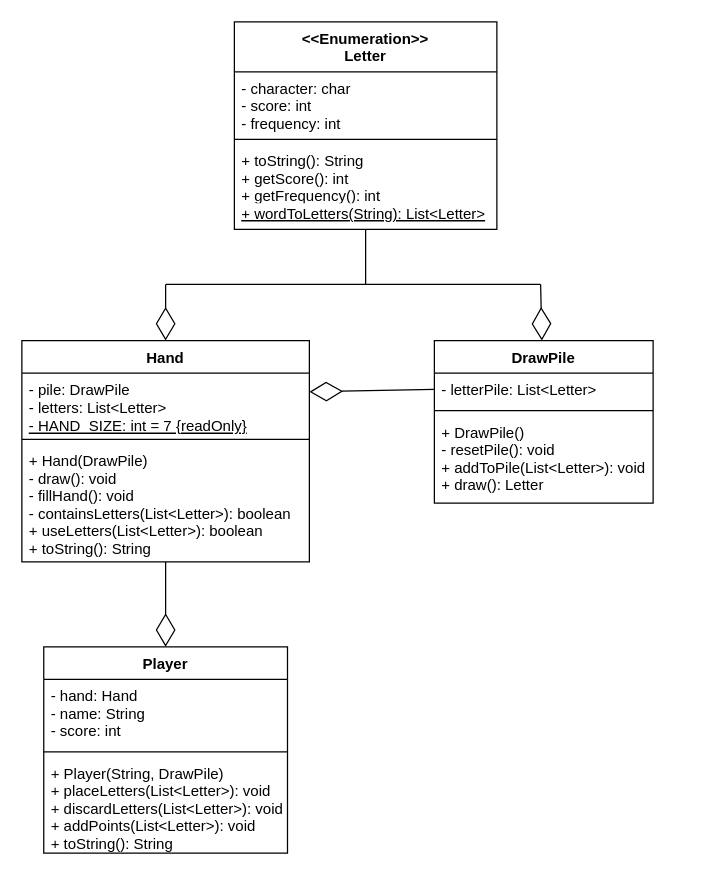
Above: src/ScuffleUML.drawio in trk20/Scuffle (draw.io), before the change. Source tidied: cells renumbered, new cells numbered last; positions are measured from the earlier drawing's top-left corner, leaving out a move shared by most shapes. Both pictures are drawn from the tidied source at 125%, with x=0, y=0 at pixel (21, 21).
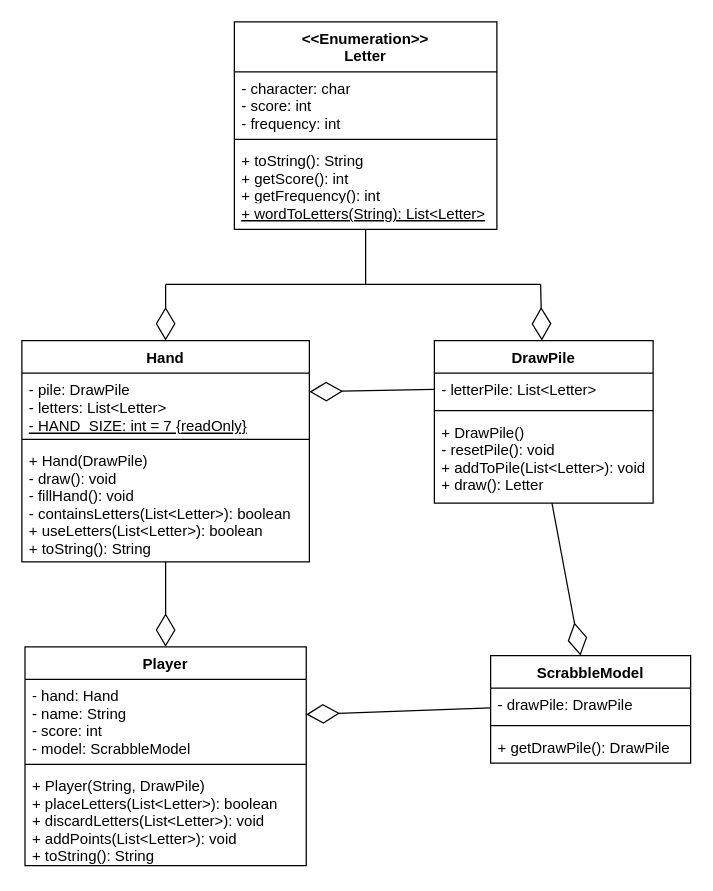
After the change.

Commit message (it also covers changes not shown here):
Implemented discardLetters()

- Missing ScrabbleModel for now

Unchanged cells that the change refers to:
```xml
<mxCell id="5" value="+ DrawPile()&#10;- resetPile(): void&#10;+ addToPile(List&lt;Letter&gt;): void&#10;+ draw(): Letter" style="text;strokeColor=none;fillColor=none;align=left;verticalAlign=top;spacingLeft=4;spacingRight=4;overflow=hidden;points=[[0,0.5],[1,0.5]];portConstraint=eastwest;" parent="2" vertex="1">
  <mxGeometry y="60" width="175" height="70" as="geometry" />
</mxCell>
```

The edit, as a diff of the source:
```diff
@@
     <mxCell id="22" value="Player" style="swimlane;fontStyle=1;align=center;verticalAlign=top;horizontal=1;startSize=26;" parent="1" vertex="1">
-      <mxGeometry x="17.5" y="500" width="195" height="165" as="geometry" />
+      <mxGeometry x="2.5" y="500" width="225" height="175" as="geometry" />
     </mxCell>
-    <mxCell id="23" value="- hand: Hand&#10;- name: String&#10;- score: int" style="text;strokeColor=none;fillColor=none;align=left;verticalAlign=top;spacingLeft=4;spacingRight=4;overflow=hidden;points=[[0,0.5],[1,0.5]];portConstraint=eastwest;" parent="22" vertex="1">
-      <mxGeometry y="26" width="195" height="54" as="geometry" />
+    <mxCell id="23" value="- hand: Hand&#10;- name: String&#10;- score: int&#10;- model: ScrabbleModel" style="text;strokeColor=none;fillColor=none;align=left;verticalAlign=top;spacingLeft=4;spacingRight=4;overflow=hidden;points=[[0,0.5],[1,0.5]];portConstraint=eastwest;" parent="22" vertex="1">
+      <mxGeometry y="26" width="225" height="64" as="geometry" />
     </mxCell>
     <mxCell id="24" style="line;strokeWidth=1;fillColor=none;align=left;verticalAlign=middle;spacingTop=-1;spacingLeft=3;spacingRight=3;labelPosition=right;" parent="22" vertex="1">
-      <mxGeometry y="80" width="195" height="8" as="geometry" />
+      <mxGeometry y="90" width="225" height="8" as="geometry" />
     </mxCell>
-    <mxCell id="25" value="+ Player(String, DrawPile)&#10;+ placeLetters(List&lt;Letter&gt;): void&#10;+ discardLetters(List&lt;Letter&gt;): void&#10;+ addPoints(List&lt;Letter&gt;): void&#10;+ toString(): String" style="text;strokeColor=none;fillColor=none;align=left;verticalAlign=top;spacingLeft=4;spacingRight=4;overflow=hidden;" parent="22" vertex="1">
-      <mxGeometry y="88" width="195" height="77" as="geometry" />
+    <mxCell id="25" value="+ Player(String, DrawPile)&#10;+ placeLetters(List&lt;Letter&gt;): boolean&#10;+ discardLetters(List&lt;Letter&gt;): void&#10;+ addPoints(List&lt;Letter&gt;): void&#10;+ toString(): String" style="text;strokeColor=none;fillColor=none;align=left;verticalAlign=top;spacingLeft=4;spacingRight=4;overflow=hidden;" parent="22" vertex="1">
+      <mxGeometry y="98" width="225" height="77" as="geometry" />
     </mxCell>
@@
+    <mxCell id="27" value="ScrabbleModel" style="swimlane;fontStyle=1;align=center;verticalAlign=top;horizontal=1;startSize=26;" parent="1" vertex="1">
+      <mxGeometry x="375" y="507" width="160" height="86" as="geometry" />
+    </mxCell>
+    <mxCell id="28" value="- drawPile: DrawPile" style="text;strokeColor=none;fillColor=none;align=left;verticalAlign=top;spacingLeft=4;spacingRight=4;overflow=hidden;points=[[0,0.5],[1,0.5]];portConstraint=eastwest;" parent="27" vertex="1">
+      <mxGeometry y="26" width="160" height="26" as="geometry" />
+    </mxCell>
+    <mxCell id="29" style="line;strokeWidth=1;fillColor=none;align=left;verticalAlign=middle;spacingTop=-1;spacingLeft=3;spacingRight=3;labelPosition=right;" parent="27" vertex="1">
+      <mxGeometry y="52" width="160" height="8" as="geometry" />
+    </mxCell>
+    <mxCell id="30" value="+ getDrawPile(): DrawPile" style="text;strokeColor=none;fillColor=none;align=left;verticalAlign=top;spacingLeft=4;spacingRight=4;overflow=hidden;" parent="27" vertex="1">
+      <mxGeometry y="60" width="160" height="26" as="geometry" />
+    </mxCell>
+    <mxCell id="31" style="endArrow=diamondThin;endFill=0;endSize=24;html=1;rounded=0;" parent="1" edge="1" source="28" target="23">
+      <mxGeometry relative="1" as="geometry" />
+    </mxCell>
+    <mxCell id="32" style="endArrow=diamondThin;endFill=0;endSize=24;html=1;rounded=0;" parent="1" edge="1" source="5" target="27">
+      <mxGeometry relative="1" as="geometry" />
+    </mxCell>
```
